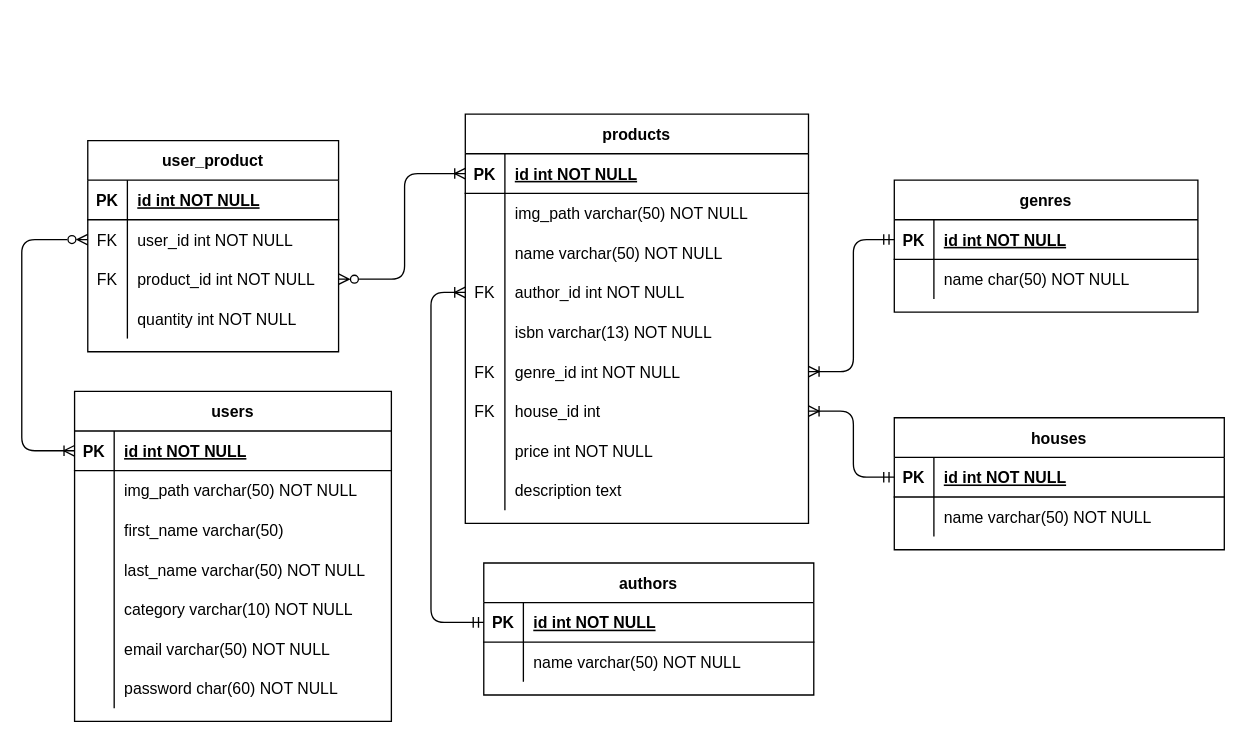
Before: sql/entity-diagram.drawio in mariadelrosario98/grupo_7_LSTANDSFORLIBROS, a draw.io diagram. Source tidied: cells renumbered, new cells numbered last; positions are measured from the earlier drawing's top-left corner, leaving out a move shared by most shapes. Both pictures are drawn from the tidied source at 132%, with x=0, y=0 at pixel (-18, 114).
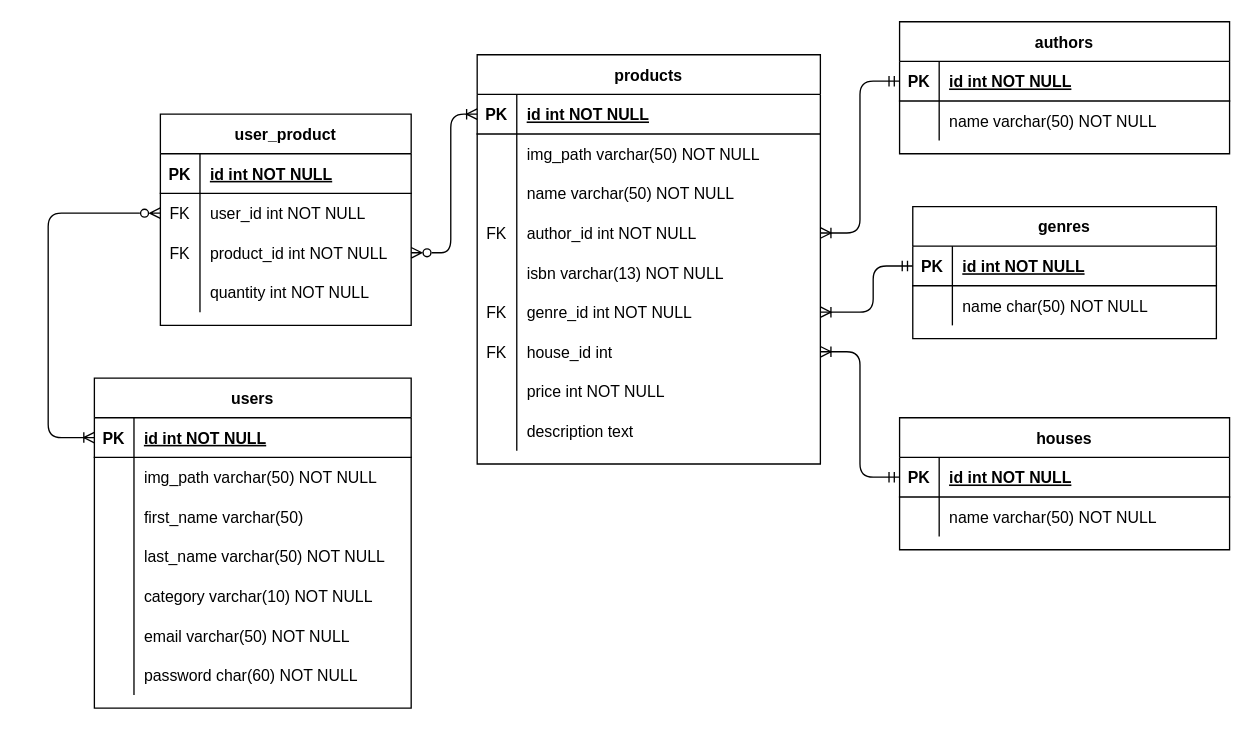
After the change.

Unchanged cells that the change refers to:
```xml
<mxCell id="3" style="shape=tableRow;horizontal=0;startSize=0;swimlaneHead=0;swimlaneBody=0;fillColor=none;points=[[0,0.5],[1,0.5]];portConstraint=eastwest;top=0;left=0;right=0;bottom=1;" parent="2" vertex="1">
  <mxGeometry y="30" width="240" height="30" as="geometry" />
</mxCell>
<mxCell id="25" style="shape=tableRow;horizontal=0;startSize=0;swimlaneHead=0;swimlaneBody=0;fillColor=none;points=[[0,0.5],[1,0.5]];portConstraint=eastwest;top=0;left=0;right=0;bottom=1;" parent="24" vertex="1">
  <mxGeometry y="30" width="250" height="30" as="geometry" />
</mxCell>
<mxCell id="32" style="shape=tableRow;horizontal=0;startSize=0;swimlaneHead=0;swimlaneBody=0;fillColor=none;points=[[0,0.5],[1,0.5]];portConstraint=eastwest;top=0;left=0;right=0;bottom=1;" parent="31" vertex="1">
  <mxGeometry y="30" width="230" height="30" as="geometry" />
</mxCell>
<mxCell id="39" style="shape=tableRow;horizontal=0;startSize=0;swimlaneHead=0;swimlaneBody=0;fillColor=none;points=[[0,0.5],[1,0.5]];portConstraint=eastwest;top=0;left=0;right=0;bottom=1;" parent="38" vertex="1">
  <mxGeometry y="30" width="260" height="30" as="geometry" />
</mxCell>
<mxCell id="48" style="shape=tableRow;horizontal=0;startSize=0;swimlaneHead=0;swimlaneBody=0;fillColor=none;points=[[0,0.5],[1,0.5]];portConstraint=eastwest;top=0;left=0;right=0;bottom=0;" parent="38" vertex="1">
  <mxGeometry y="120" width="260" height="30" as="geometry" />
</mxCell>
<mxCell id="54" style="shape=tableRow;horizontal=0;startSize=0;swimlaneHead=0;swimlaneBody=0;fillColor=none;points=[[0,0.5],[1,0.5]];portConstraint=eastwest;top=0;left=0;right=0;bottom=0;" parent="38" vertex="1">
  <mxGeometry y="180" width="260" height="30" as="geometry" />
</mxCell>
<mxCell id="57" style="shape=tableRow;horizontal=0;startSize=0;swimlaneHead=0;swimlaneBody=0;fillColor=none;points=[[0,0.5],[1,0.5]];portConstraint=eastwest;top=0;left=0;right=0;bottom=0;" parent="38" vertex="1">
  <mxGeometry y="210" width="260" height="30" as="geometry" />
</mxCell>
<mxCell id="70" style="shape=tableRow;horizontal=0;startSize=0;swimlaneHead=0;swimlaneBody=0;fillColor=none;points=[[0,0.5],[1,0.5]];portConstraint=eastwest;top=0;left=0;right=0;bottom=0;" parent="66" vertex="1">
  <mxGeometry y="60" width="190" height="30" as="geometry" />
</mxCell>
<mxCell id="73" style="shape=tableRow;horizontal=0;startSize=0;swimlaneHead=0;swimlaneBody=0;fillColor=none;points=[[0,0.5],[1,0.5]];portConstraint=eastwest;top=0;left=0;right=0;bottom=0;" parent="66" vertex="1">
  <mxGeometry y="90" width="190" height="30" as="geometry" />
</mxCell>
<mxCell id="80" style="shape=tableRow;horizontal=0;startSize=0;swimlaneHead=0;swimlaneBody=0;fillColor=none;points=[[0,0.5],[1,0.5]];portConstraint=eastwest;top=0;left=0;right=0;bottom=1;" parent="79" vertex="1">
  <mxGeometry y="30" width="250" height="30" as="geometry" />
</mxCell>
```

The edit, as a diff of the source:
```diff
@@
     <mxCell id="2" value="users" style="shape=table;startSize=30;childLayout=tableLayout;rowLines=0;fontStyle=1;align=center;" parent="1" vertex="1">
-      <mxGeometry x="70" y="210" width="240" height="250" as="geometry" />
+      <mxGeometry x="85" y="200" width="240" height="250" as="geometry" />
     </mxCell>
@@
     <mxCell id="24" value="authors" style="shape=table;startSize=30;childLayout=tableLayout;rowLines=0;fontStyle=1;align=center;" parent="1" vertex="1">
-      <mxGeometry x="380" y="340" width="250" height="100" as="geometry" />
+      <mxGeometry x="695" y="-70" width="250" height="100" as="geometry" />
     </mxCell>
@@
     <mxCell id="31" value="genres" style="shape=table;startSize=30;childLayout=tableLayout;rowLines=0;fontStyle=1;align=center;" parent="1" vertex="1">
-      <mxGeometry x="691" y="50" width="230" height="100" as="geometry" />
+      <mxGeometry x="705" y="70" width="230" height="100" as="geometry" />
     </mxCell>
@@
     <mxCell id="38" value="products" style="shape=table;startSize=30;childLayout=tableLayout;rowLines=0;fontStyle=1;align=center;" parent="1" vertex="1">
-      <mxGeometry x="366" width="260" height="310" as="geometry" />
+      <mxGeometry x="375" y="-45" width="260" height="310" as="geometry" />
     </mxCell>
@@
     <mxCell id="66" value="user_product" style="shape=table;startSize=30;childLayout=tableLayout;rowLines=0;fontStyle=1;align=center;" parent="1" vertex="1">
-      <mxGeometry x="80" y="20" width="190" height="160" as="geometry" />
+      <mxGeometry x="135" width="190" height="160" as="geometry" />
     </mxCell>
@@
     <mxCell id="79" value="houses" style="shape=table;startSize=30;childLayout=tableLayout;rowLines=0;fontStyle=1;align=center;" parent="1" vertex="1">
-      <mxGeometry x="691" y="230" width="250" height="100" as="geometry" />
+      <mxGeometry x="695" y="230" width="250" height="100" as="geometry" />
     </mxCell>
@@
     <mxCell id="86" style="edgeStyle=elbowEdgeStyle;fontSize=12;html=1;endArrow=ERoneToMany;startArrow=ERzeroToMany;entryX=0;entryY=0.5;entryDx=0;entryDy=0;strokeColor=default;shadow=0;exitX=0;exitY=0.5;exitDx=0;exitDy=0;rounded=1;startFill=0;" parent="1" edge="1" source="70" target="3">
       <mxGeometry relative="1" as="geometry">
         <Array as="points">
-          <mxPoint x="30" y="180" />
+          <mxPoint x="50" y="160" />
+          <mxPoint x="-25" y="170" />
         </Array>
       </mxGeometry>
     </mxCell>
     <mxCell id="87" style="edgeStyle=elbowEdgeStyle;fontSize=12;html=1;endArrow=ERoneToMany;startArrow=ERzeroToMany;entryX=0;entryY=0.5;entryDx=0;entryDy=0;strokeColor=default;shadow=0;exitX=1;exitY=0.5;exitDx=0;exitDy=0;rounded=1;startFill=0;" parent="1" edge="1" source="73" target="39">
       <mxGeometry relative="1" as="geometry">
         <Array as="points">
-          <mxPoint x="320" y="80" />
-          <mxPoint y="190" />
+          <mxPoint x="355" y="70" />
+          <mxPoint x="265" y="70" />
+          <mxPoint x="-55" y="180" />
         </Array>
       </mxGeometry>
     </mxCell>
-    <mxCell id="88" style="edgeStyle=elbowEdgeStyle;fontSize=12;html=1;endArrow=ERoneToMany;startArrow=ERmandOne;rounded=1;shadow=0;strokeColor=default;exitX=0;exitY=0.5;exitDx=0;exitDy=0;entryX=0;entryY=0.5;entryDx=0;entryDy=0;" parent="1" edge="1" source="25" target="48">
+    <mxCell id="88" style="edgeStyle=elbowEdgeStyle;fontSize=12;html=1;endArrow=ERoneToMany;startArrow=ERmandOne;rounded=1;shadow=0;strokeColor=default;exitX=0;exitY=0.5;exitDx=0;exitDy=0;entryX=1;entryY=0.5;entryDx=0;entryDy=0;" parent="1" edge="1" source="25" target="48">
       <mxGeometry relative="1" as="geometry">
         <Array as="points">
-          <mxPoint x="340" y="260" />
+          <mxPoint x="665" y="40" />
         </Array>
       </mxGeometry>
     </mxCell>
     <mxCell id="89" style="edgeStyle=elbowEdgeStyle;fontSize=12;html=1;endArrow=ERoneToMany;startArrow=ERmandOne;rounded=1;shadow=0;strokeColor=default;exitX=0;exitY=0.5;exitDx=0;exitDy=0;entryX=1;entryY=0.5;entryDx=0;entryDy=0;" parent="1" edge="1" source="32" target="54">
       <mxGeometry relative="1" as="geometry">
         <Array as="points">
-          <mxPoint x="660" y="140" />
+          <mxPoint x="675" y="140" />
+          <mxPoint x="605" y="130" />
         </Array>
       </mxGeometry>
     </mxCell>
     <mxCell id="90" style="edgeStyle=elbowEdgeStyle;fontSize=12;html=1;endArrow=ERoneToMany;startArrow=ERmandOne;rounded=1;shadow=0;strokeColor=default;exitX=0;exitY=0.5;exitDx=0;exitDy=0;entryX=1;entryY=0.5;entryDx=0;entryDy=0;" parent="1" edge="1" source="80" target="57">
       <mxGeometry relative="1" as="geometry">
         <Array as="points">
-          <mxPoint x="660" y="250" />
+          <mxPoint x="665" y="220" />
         </Array>
       </mxGeometry>
     </mxCell>
```
